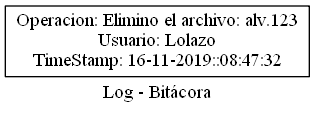
Above: Proyecto2_2/build/classes/Reportes/log.png in Douglas-Martinez/EDD_2S2019_PY2_201603168 (Graphviz), before the change. Its source is kept beside it as Proyecto2_2/build/classes/Reportes/log.dot.
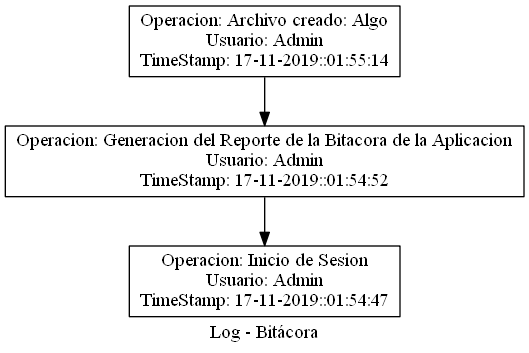
Above is the later version.

What changed in the source:
```diff
@@ -5,9 +5,13 @@
 
 	rankdir=TB;
 
-	1665039212[label="Operacion: Elimino el archivo: alv.123\nUsuario: Lolazo\nTimeStamp: 16-11-2019::08:47:32"];
+	2123612557[label="Operacion: Archivo creado: Algo\nUsuario: Admin\nTimeStamp: 17-11-2019::01:55:14"];
+
+	482204597[label="Operacion: Generacion del Reporte de la Bitacora de la Aplicacion\nUsuario: Admin\nTimeStamp: 17-11-2019::01:54:52"];
+
+	1779970348[label="Operacion: Inicio de Sesion\nUsuario: Admin\nTimeStamp: 17-11-2019::01:54:47"];
 
 
-	1665039212;
+	2123612557->482204597->1779970348;
 
 	label = "Log - Bitácora"}
```
